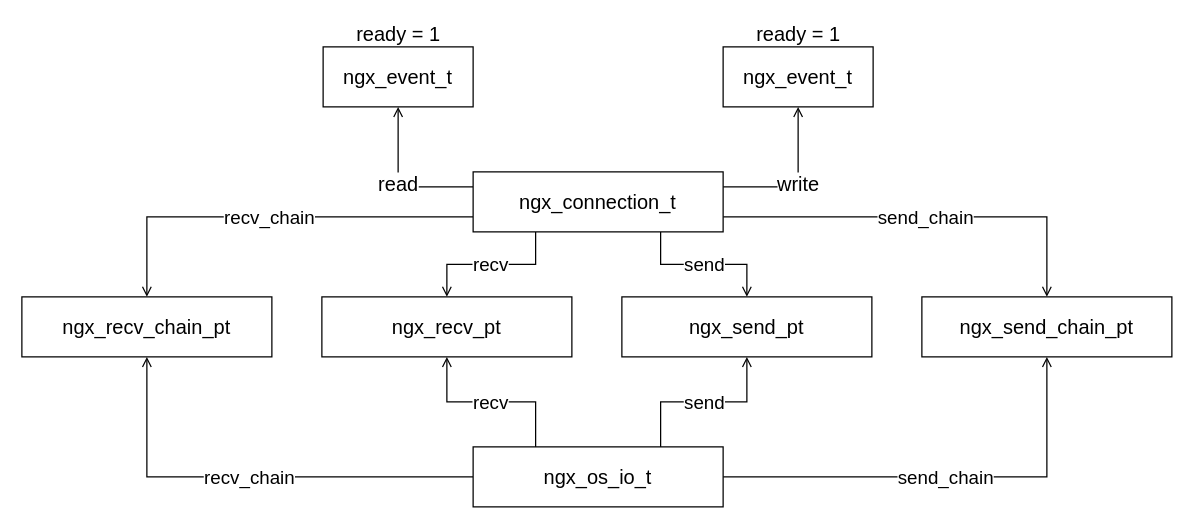
Earlier version of the draw.io diagram page "accept connection int" (5 of 8) of nginx/ngx_connection.drawio (dovics/draw.io). Source tidied: cells renumbered, new cells numbered last; positions are measured from the earlier drawing's top-left corner, leaving out a move shared by most shapes. Both pictures are drawn from the tidied source at 125%, with x=0, y=0 at pixel (21, 21).
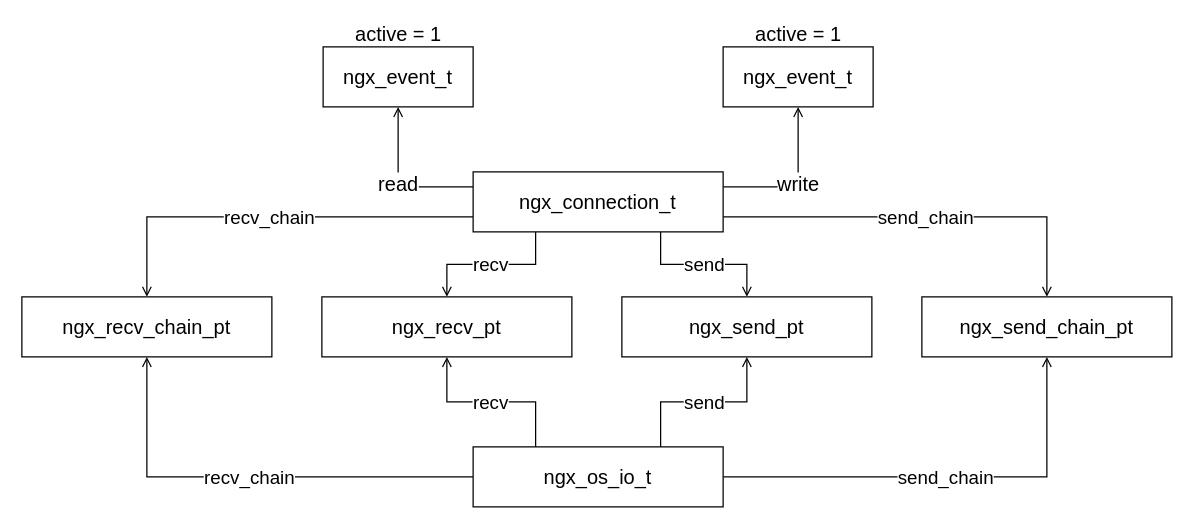
Above is the later version.

Change to the diagram source:
```diff
@@
-    <mxCell id="20" value="ready = 1" style="text;html=1;align=center;verticalAlign=middle;strokeColor=none;fillColor=none;fontSize=16;" parent="1" vertex="1">
+    <mxCell id="20" value="active = 1" style="text;html=1;align=center;verticalAlign=middle;strokeColor=none;fillColor=none;fontSize=16;" parent="1" vertex="1">
       <mxGeometry x="261" width="80" height="20" as="geometry" />
     </mxCell>
-    <mxCell id="21" value="ready = 1" style="text;html=1;align=center;verticalAlign=middle;strokeColor=none;fillColor=none;fontSize=16;" parent="1" vertex="1">
+    <mxCell id="21" value="active = 1" style="text;html=1;align=center;verticalAlign=middle;strokeColor=none;fillColor=none;fontSize=16;" parent="1" vertex="1">
       <mxGeometry x="581" width="80" height="20" as="geometry" />
     </mxCell>
```
